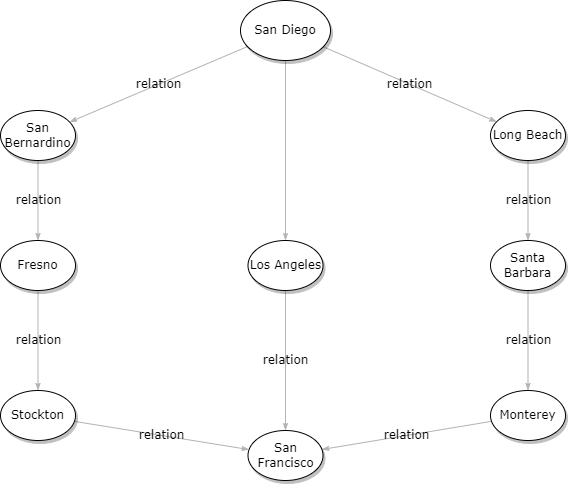
Above: BreadthFirstSearch/BreadthFirstSearch.png in basharnaji/Algorithms (draw.io), before the change. Source tidied: cells renumbered, new cells last; positions are measured from the earlier drawing's top-left corner, leaving out a move shared by most shapes. Source of this version:
```xml
<mxGraphModel>
  <root>
    <mxCell id="0" />
    <mxCell id="1" parent="0" />
    <mxCell id="2" style="edgeStyle=none;rounded=1;html=1;labelBackgroundColor=none;startArrow=none;startFill=0;startSize=5;endArrow=classicThin;endFill=1;endSize=5;jettySize=auto;strokeColor=#B3B3B3;strokeWidth=1;fontFamily=Verdana;fontSize=12;" parent="1" edge="1" source="5" target="7">
      <mxGeometry relative="1" as="geometry" />
    </mxCell>
    <mxCell id="3" value="relation" style="edgeStyle=none;rounded=1;html=1;labelBackgroundColor=none;startArrow=none;startFill=0;startSize=5;endArrow=classicThin;endFill=1;endSize=5;jettySize=auto;strokeColor=#B3B3B3;strokeWidth=1;fontFamily=Verdana;fontSize=12;" parent="1" edge="1" source="5" target="16">
      <mxGeometry relative="1" as="geometry" />
    </mxCell>
    <mxCell id="4" value="relation" style="edgeStyle=none;rounded=1;html=1;labelBackgroundColor=none;startArrow=none;startFill=0;startSize=5;endArrow=classicThin;endFill=1;endSize=5;jettySize=auto;strokeColor=#B3B3B3;strokeWidth=1;fontFamily=Verdana;fontSize=12;" parent="1" edge="1" source="5" target="9">
      <mxGeometry relative="1" as="geometry" />
    </mxCell>
    <mxCell id="5" value="San Diego" style="ellipse;whiteSpace=wrap;html=1;rounded=0;shadow=1;comic=0;labelBackgroundColor=none;strokeWidth=1;fontFamily=Verdana;fontSize=12;align=center;" parent="1" vertex="1">
      <mxGeometry x="240" width="90" height="60" as="geometry" />
    </mxCell>
    <mxCell id="6" value="relation" style="edgeStyle=none;rounded=1;html=1;labelBackgroundColor=none;startArrow=none;startFill=0;startSize=5;endArrow=classicThin;endFill=1;endSize=5;jettySize=auto;strokeColor=#B3B3B3;strokeWidth=1;fontFamily=Verdana;fontSize=12;entryX=0.5;entryY=0;entryDx=0;entryDy=0;" parent="1" edge="1" source="7" target="14">
      <mxGeometry relative="1" as="geometry" />
    </mxCell>
    <mxCell id="7" value="&lt;span&gt;Los Angeles&lt;/span&gt;" style="ellipse;whiteSpace=wrap;html=1;rounded=0;shadow=1;comic=0;labelBackgroundColor=none;strokeWidth=1;fontFamily=Verdana;fontSize=12;align=center;" parent="1" vertex="1">
      <mxGeometry x="247.5" y="240" width="75" height="50" as="geometry" />
    </mxCell>
    <mxCell id="8" value="relation" style="edgeStyle=none;rounded=1;html=1;labelBackgroundColor=none;startArrow=none;startFill=0;startSize=5;endArrow=classicThin;endFill=1;endSize=5;jettySize=auto;strokeColor=#B3B3B3;strokeWidth=1;fontFamily=Verdana;fontSize=12;" parent="1" edge="1" source="9" target="11">
      <mxGeometry relative="1" as="geometry" />
    </mxCell>
    <mxCell id="9" value="&lt;span&gt;Long Beach&lt;/span&gt;" style="ellipse;whiteSpace=wrap;html=1;rounded=0;shadow=1;comic=0;labelBackgroundColor=none;strokeWidth=1;fontFamily=Verdana;fontSize=12;align=center;" parent="1" vertex="1">
      <mxGeometry x="490" y="110" width="75" height="50" as="geometry" />
    </mxCell>
    <mxCell id="10" value="relation" style="edgeStyle=none;rounded=1;html=1;labelBackgroundColor=none;startArrow=none;startFill=0;startSize=5;endArrow=classicThin;endFill=1;endSize=5;jettySize=auto;strokeColor=#B3B3B3;strokeWidth=1;fontFamily=Verdana;fontSize=12;" parent="1" edge="1" source="11" target="13">
      <mxGeometry relative="1" as="geometry" />
    </mxCell>
    <mxCell id="11" value="&lt;span&gt;Santa Barbara&lt;/span&gt;" style="ellipse;whiteSpace=wrap;html=1;rounded=0;shadow=1;comic=0;labelBackgroundColor=none;strokeWidth=1;fontFamily=Verdana;fontSize=12;align=center;" parent="1" vertex="1">
      <mxGeometry x="490" y="240" width="75" height="50" as="geometry" />
    </mxCell>
    <mxCell id="12" value="relation" style="edgeStyle=none;rounded=1;html=1;labelBackgroundColor=none;startArrow=none;startFill=0;startSize=5;endArrow=classicThin;endFill=1;endSize=5;jettySize=auto;strokeColor=#B3B3B3;strokeWidth=1;fontFamily=Verdana;fontSize=12;" parent="1" edge="1" source="13" target="14">
      <mxGeometry relative="1" as="geometry" />
    </mxCell>
    <mxCell id="13" value="&lt;span&gt;Monterey&lt;/span&gt;" style="ellipse;whiteSpace=wrap;html=1;rounded=0;shadow=1;comic=0;labelBackgroundColor=none;strokeWidth=1;fontFamily=Verdana;fontSize=12;align=center;" parent="1" vertex="1">
      <mxGeometry x="490" y="390" width="75" height="50" as="geometry" />
    </mxCell>
    <mxCell id="14" value="San Francisco" style="ellipse;whiteSpace=wrap;html=1;rounded=0;shadow=1;comic=0;labelBackgroundColor=none;strokeWidth=1;fontFamily=Verdana;fontSize=12;align=center;" parent="1" vertex="1">
      <mxGeometry x="247.5" y="430" width="75" height="50" as="geometry" />
    </mxCell>
    <mxCell id="15" value="relation" style="edgeStyle=none;rounded=1;html=1;labelBackgroundColor=none;startArrow=none;startFill=0;startSize=5;endArrow=classicThin;endFill=1;endSize=5;jettySize=auto;strokeColor=#B3B3B3;strokeWidth=1;fontFamily=Verdana;fontSize=12;" parent="1" edge="1" source="16" target="18">
      <mxGeometry relative="1" as="geometry" />
    </mxCell>
    <mxCell id="16" value="San Bernardino" style="ellipse;whiteSpace=wrap;html=1;rounded=0;shadow=1;comic=0;labelBackgroundColor=none;strokeWidth=1;fontFamily=Verdana;fontSize=12;align=center;" parent="1" vertex="1">
      <mxGeometry y="110" width="75" height="50" as="geometry" />
    </mxCell>
    <mxCell id="17" value="relation" style="edgeStyle=none;rounded=1;html=1;labelBackgroundColor=none;startArrow=none;startFill=0;startSize=5;endArrow=classicThin;endFill=1;endSize=5;jettySize=auto;strokeColor=#B3B3B3;strokeWidth=1;fontFamily=Verdana;fontSize=12;" parent="1" edge="1" source="18" target="20">
      <mxGeometry relative="1" as="geometry" />
    </mxCell>
    <mxCell id="18" value="&lt;span&gt;Fresno&lt;/span&gt;" style="ellipse;whiteSpace=wrap;html=1;rounded=0;shadow=1;comic=0;labelBackgroundColor=none;strokeWidth=1;fontFamily=Verdana;fontSize=12;align=center;" parent="1" vertex="1">
      <mxGeometry y="240" width="75" height="50" as="geometry" />
    </mxCell>
    <mxCell id="19" value="relation" style="edgeStyle=none;rounded=1;html=1;labelBackgroundColor=none;startArrow=none;startFill=0;startSize=5;endArrow=classicThin;endFill=1;endSize=5;jettySize=auto;strokeColor=#B3B3B3;strokeWidth=1;fontFamily=Verdana;fontSize=12;" parent="1" edge="1" source="20" target="14">
      <mxGeometry relative="1" as="geometry" />
    </mxCell>
    <mxCell id="20" value="&lt;span&gt;Stockton&lt;/span&gt;" style="ellipse;whiteSpace=wrap;html=1;rounded=0;shadow=1;comic=0;labelBackgroundColor=none;strokeWidth=1;fontFamily=Verdana;fontSize=12;align=center;" parent="1" vertex="1">
      <mxGeometry y="390" width="75" height="50" as="geometry" />
    </mxCell>
  </root>
</mxGraphModel>
```
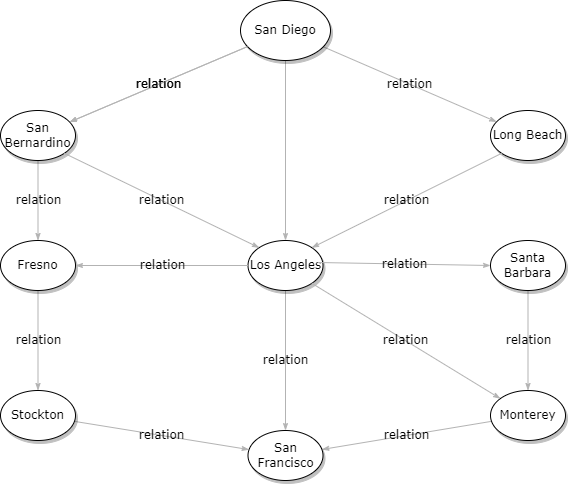
After the commit.

Commit message:
updated BFS diagram to be a bit more complex to show algorithm more clearly

What changed in the source:
```diff
@@ -20,9 +20,6 @@
     <mxCell id="7" value="&lt;span&gt;Los Angeles&lt;/span&gt;" style="ellipse;whiteSpace=wrap;html=1;rounded=0;shadow=1;comic=0;labelBackgroundColor=none;strokeWidth=1;fontFamily=Verdana;fontSize=12;align=center;" parent="1" vertex="1">
       <mxGeometry x="247.5" y="240" width="75" height="50" as="geometry" />
     </mxCell>
-    <mxCell id="8" value="relation" style="edgeStyle=none;rounded=1;html=1;labelBackgroundColor=none;startArrow=none;startFill=0;startSize=5;endArrow=classicThin;endFill=1;endSize=5;jettySize=auto;strokeColor=#B3B3B3;strokeWidth=1;fontFamily=Verdana;fontSize=12;" parent="1" edge="1" source="9" target="11">
-      <mxGeometry relative="1" as="geometry" />
-    </mxCell>
     <mxCell id="9" value="&lt;span&gt;Long Beach&lt;/span&gt;" style="ellipse;whiteSpace=wrap;html=1;rounded=0;shadow=1;comic=0;labelBackgroundColor=none;strokeWidth=1;fontFamily=Verdana;fontSize=12;align=center;" parent="1" vertex="1">
       <mxGeometry x="490" y="110" width="75" height="50" as="geometry" />
     </mxCell>
@@ -59,5 +56,26 @@
     <mxCell id="20" value="&lt;span&gt;Stockton&lt;/span&gt;" style="ellipse;whiteSpace=wrap;html=1;rounded=0;shadow=1;comic=0;labelBackgroundColor=none;strokeWidth=1;fontFamily=Verdana;fontSize=12;align=center;" parent="1" vertex="1">
       <mxGeometry y="390" width="75" height="50" as="geometry" />
     </mxCell>
+    <mxCell id="8" value="relation" style="edgeStyle=none;rounded=1;html=1;labelBackgroundColor=none;startArrow=none;startFill=0;startSize=5;endArrow=classicThin;endFill=1;endSize=5;jettySize=auto;orthogonalLoop=1;strokeColor=#B3B3B3;strokeWidth=1;fontFamily=Verdana;fontSize=12;" parent="1" edge="1">
+      <mxGeometry relative="1" as="geometry">
+        <mxPoint x="247" y="46.1" as="sourcePoint" />
+        <mxPoint x="69.1" y="121.6" as="targetPoint" />
+      </mxGeometry>
+    </mxCell>
+    <mxCell id="21" value="relation" style="edgeStyle=none;rounded=1;html=1;labelBackgroundColor=none;startArrow=none;startFill=0;startSize=5;endArrow=classicThin;endFill=1;endSize=5;jettySize=auto;strokeColor=#B3B3B3;strokeWidth=1;fontFamily=Verdana;fontSize=12;entryX=0;entryY=0;entryDx=0;entryDy=0;exitX=1;exitY=1;exitDx=0;exitDy=0;" parent="1" edge="1" source="16" target="7">
+      <mxGeometry relative="1" as="geometry" />
+    </mxCell>
+    <mxCell id="22" value="relation" style="edgeStyle=none;rounded=1;html=1;labelBackgroundColor=none;startArrow=none;startFill=0;startSize=5;endArrow=classicThin;endFill=1;endSize=5;jettySize=auto;strokeColor=#B3B3B3;strokeWidth=1;fontFamily=Verdana;fontSize=12;exitX=0;exitY=0.5;exitDx=0;exitDy=0;entryX=1;entryY=0.5;entryDx=0;entryDy=0;" parent="1" edge="1" source="7" target="18">
+      <mxGeometry relative="1" as="geometry" />
+    </mxCell>
+    <mxCell id="23" value="relation" style="edgeStyle=none;rounded=1;html=1;labelBackgroundColor=none;startArrow=none;startFill=0;startSize=5;endArrow=classicThin;endFill=1;endSize=5;jettySize=auto;strokeColor=#B3B3B3;strokeWidth=1;fontFamily=Verdana;fontSize=12;exitX=0;exitY=1;exitDx=0;exitDy=0;entryX=1;entryY=0;entryDx=0;entryDy=0;" parent="1" edge="1" source="9" target="7">
+      <mxGeometry relative="1" as="geometry" />
+    </mxCell>
+    <mxCell id="24" value="relation" style="edgeStyle=none;rounded=1;html=1;labelBackgroundColor=none;startArrow=none;startFill=0;startSize=5;endArrow=classicThin;endFill=1;endSize=5;jettySize=auto;strokeColor=#B3B3B3;strokeWidth=1;fontFamily=Verdana;fontSize=12;exitX=0.927;exitY=0.44;exitDx=0;exitDy=0;exitPerimeter=0;entryX=0;entryY=0.5;entryDx=0;entryDy=0;" parent="1" edge="1" source="7" target="11">
+      <mxGeometry relative="1" as="geometry" />
+    </mxCell>
+    <mxCell id="25" value="relation" style="edgeStyle=none;rounded=1;html=1;labelBackgroundColor=none;startArrow=none;startFill=0;startSize=5;endArrow=classicThin;endFill=1;endSize=5;jettySize=auto;strokeColor=#B3B3B3;strokeWidth=1;fontFamily=Verdana;fontSize=12;exitX=1;exitY=1;exitDx=0;exitDy=0;" parent="1" edge="1" source="7" target="13">
+      <mxGeometry relative="1" as="geometry" />
+    </mxCell>
   </root>
 </mxGraphModel>
```
